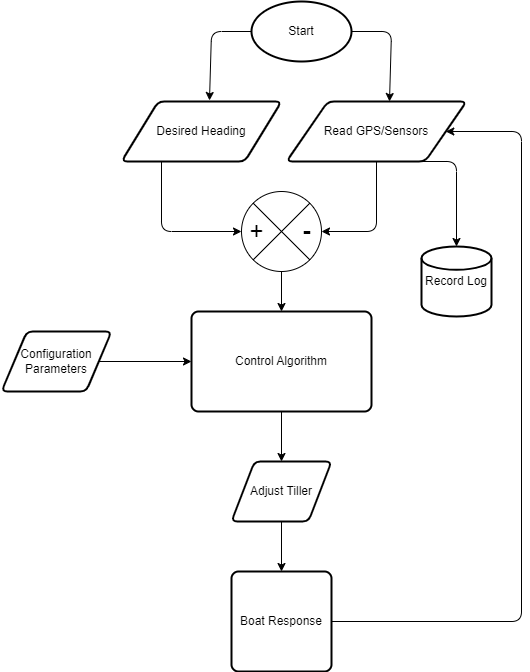
The draw.io diagram slap/docs/report/analysis/dfd.drawio.png in SailoBam/slap, before a commit. Source tidied: cells renumbered, new cells last; positions are measured from the earlier drawing's top-left corner, leaving out a move shared by most shapes.
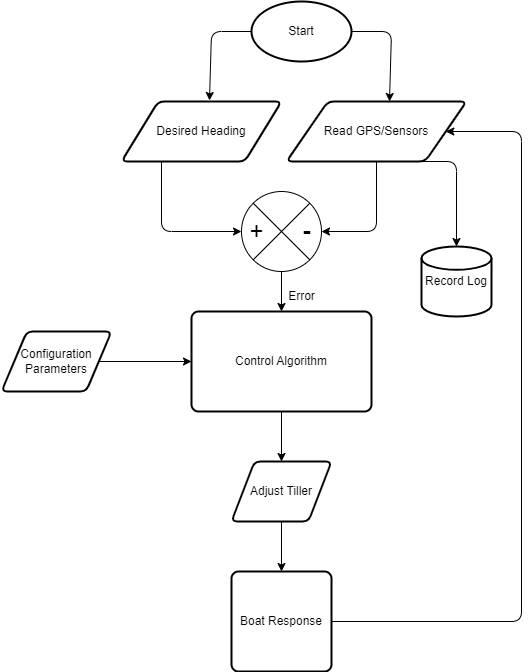
The same file after the commit.

The edit, as a diff of the source:
```diff
@@ -92,5 +92,8 @@
     <mxCell id="22" value="Boat Response" style="rounded=1;whiteSpace=wrap;html=1;absoluteArcSize=1;arcSize=14;strokeWidth=2;" parent="1" vertex="1">
       <mxGeometry x="230" y="570" width="100" height="100" as="geometry" />
     </mxCell>
+    <mxCell id="23" value="Error" style="text;html=1;align=center;verticalAlign=middle;strokeColor=none;fillColor=none;" parent="1" vertex="1">
+      <mxGeometry x="275" y="280" width="50" height="30" as="geometry" />
+    </mxCell>
   </root>
 </mxGraphModel>
```
